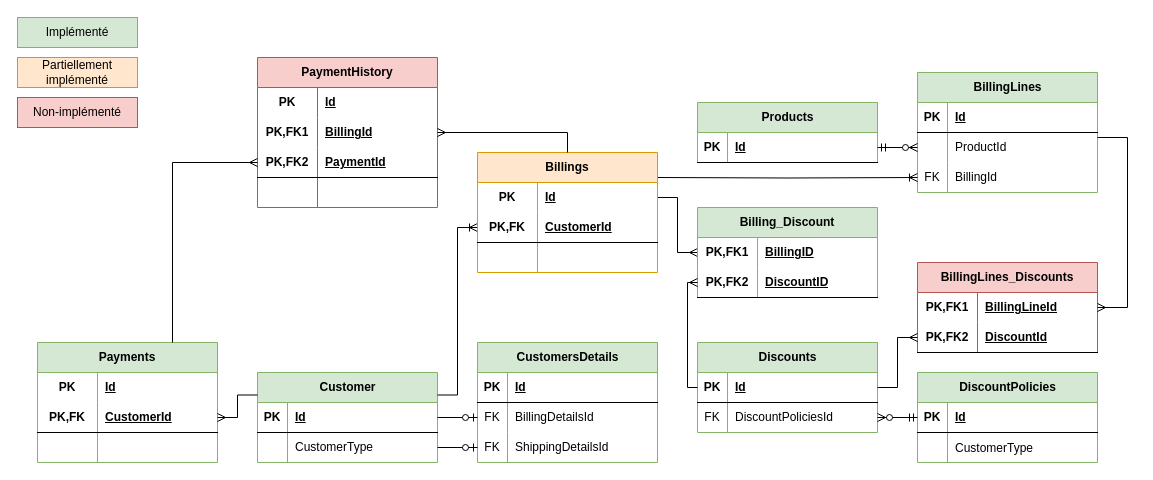
Earlier version of the draw.io diagram page "ERD" (3 of 7) of src/Diagrammes.drawio (Scholastien/MyApp). Source tidied: cells renumbered, new cells numbered last; positions are measured from the earlier drawing's top-left corner, leaving out a move shared by most shapes. Both pictures are drawn from the tidied source at 100%, with x=0, y=0 at pixel (17, 17).
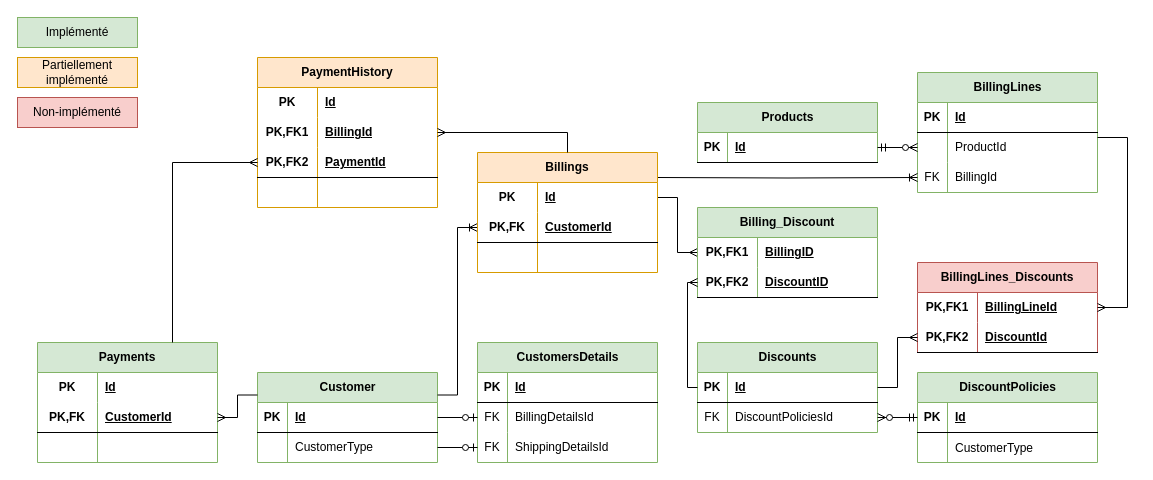
After the change.

Commit message (it also covers changes not shown here):
docs(diagram): export schema

Diff of the diagram source:
```diff
@@
-    <mxCell id="72" value="PaymentHistory" style="shape=table;startSize=30;childLayout=tableLayout;rowLines=0;fontStyle=1;align=center;html=1;whiteSpace=wrap;fillColor=#f8cecc;strokeColor=#b85450;" parent="1" vertex="1">
+    <mxCell id="72" value="PaymentHistory" style="shape=table;startSize=30;childLayout=tableLayout;rowLines=0;fontStyle=1;align=center;html=1;whiteSpace=wrap;fillColor=#ffe6cc;strokeColor=#d79b00;" parent="1" vertex="1">
       <mxGeometry x="240" y="40" width="180" height="150" as="geometry" />
     </mxCell>
```
